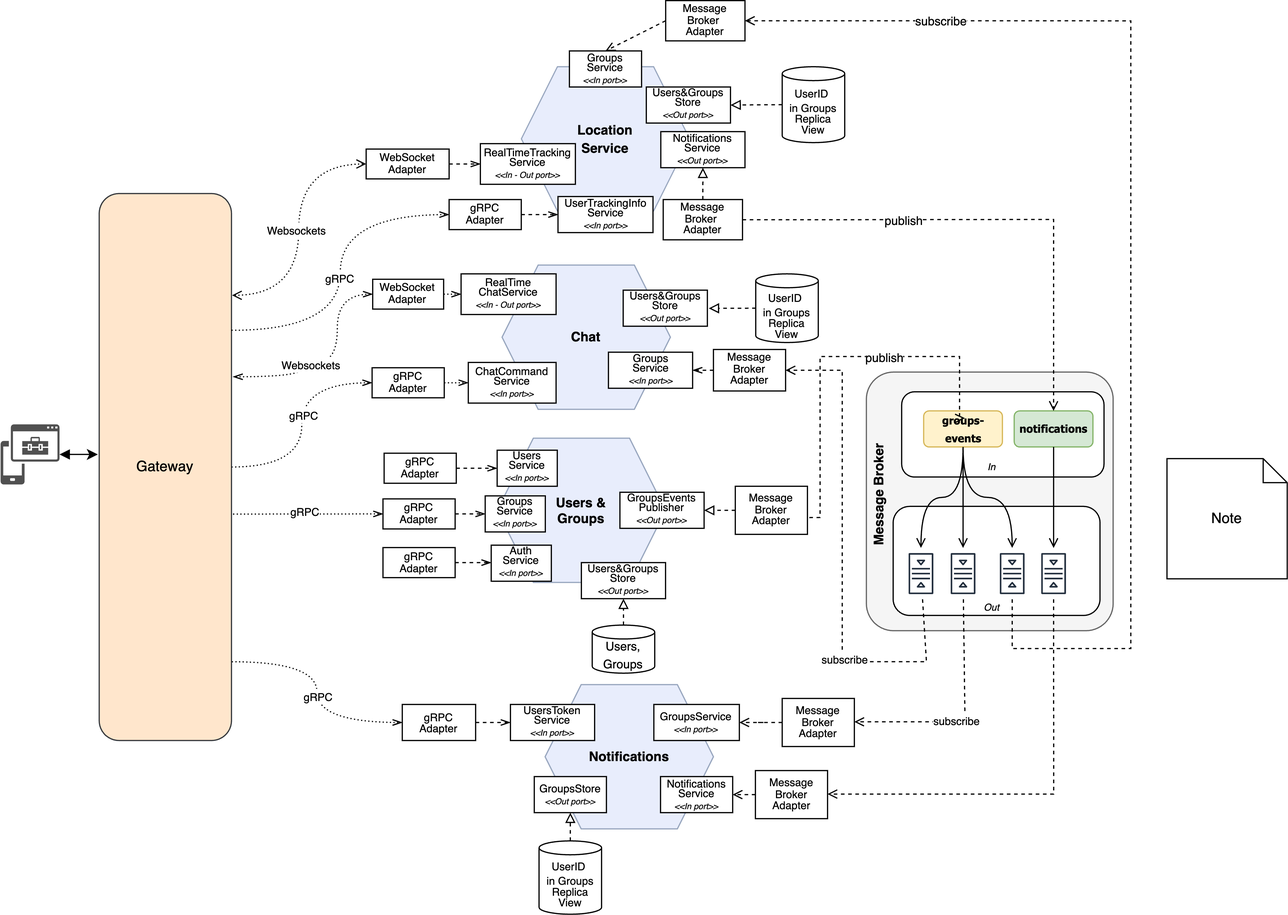
The draw.io diagram assets/images/big-picture.png in position-pal/Documentation, before a commit. Source tidied: cells renumbered, new cells last; positions are measured from the earlier drawing's top-left corner, leaving out a move shared by most shapes.
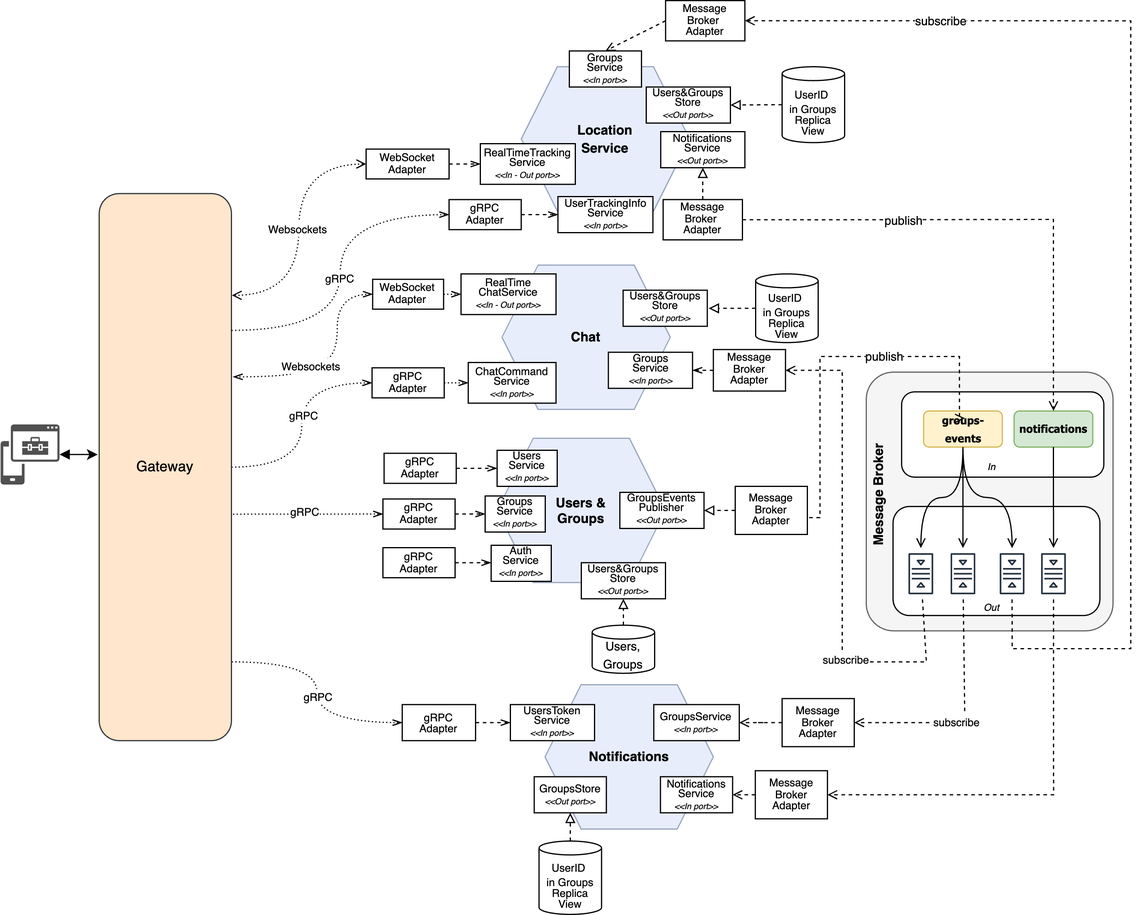
The same file after the commit.

Change to the diagram source:
```diff
@@ -371,8 +371,5 @@
         <mxPoint x="11" as="offset" />
       </mxGeometry>
     </mxCell>
-    <mxCell id="106" value="Note" style="shape=note;size=20;whiteSpace=wrap;html=1;" parent="1" vertex="1">
-      <mxGeometry x="970" y="381" width="100" height="100" as="geometry" />
-    </mxCell>
   </root>
 </mxGraphModel>
```
